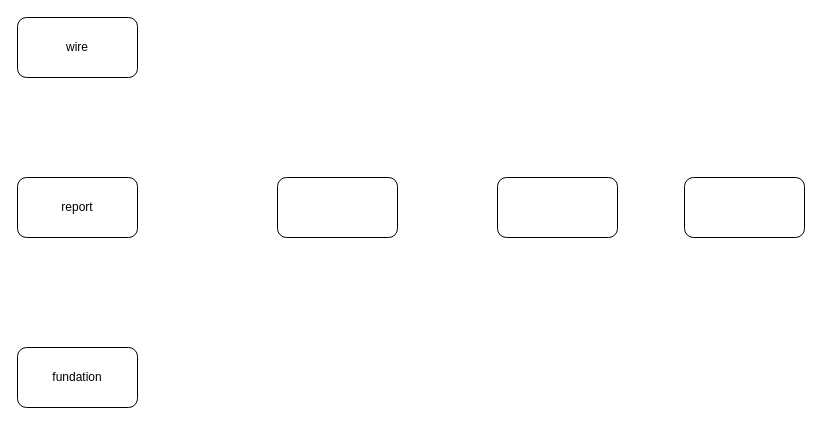
Above: cad.drawio in tonyleifang/tony (draw.io), before the change. Source tidied: cells renumbered, new cells numbered last; positions are measured from the earlier drawing's top-left corner, leaving out a move shared by most shapes. Both pictures are drawn from the tidied source at 100%, with x=0, y=0 at pixel (17, 17).
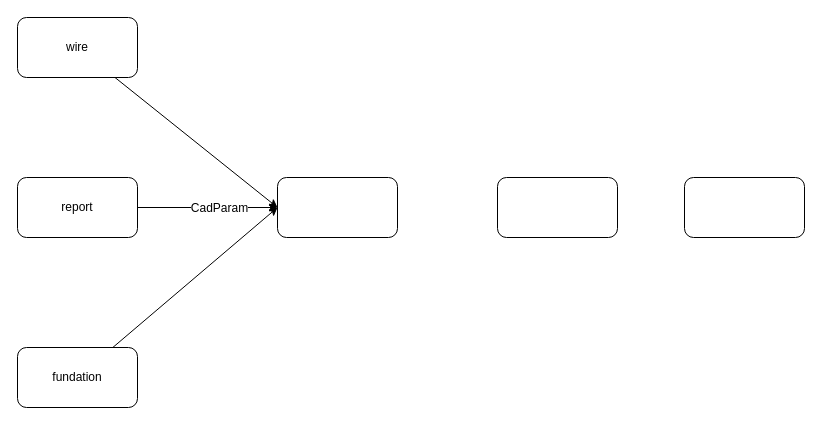
The same diagram, later.

Diff of the diagram source:
```diff
@@
 <mxGraphModel>
   <root>
     <mxCell id="0" />
     <mxCell id="1" parent="0" />
+    <mxCell id="8" style="rounded=0;jettySize=auto;html=1;entryX=0;entryY=0.5;entryDx=0;entryDy=0;" parent="1" edge="1" source="2" target="5">
+      <mxGeometry relative="1" as="geometry" />
+    </mxCell>
     <mxCell id="2" value="wire" style="rounded=1;whiteSpace=wrap;html=1;" parent="1" vertex="1">
       <mxGeometry width="120" height="60" as="geometry" />
     </mxCell>
+    <mxCell id="9" style="edgeStyle=none;rounded=0;jettySize=auto;html=1;entryX=0;entryY=0.5;entryDx=0;entryDy=0;" parent="1" edge="1" source="3" target="5">
+      <mxGeometry relative="1" as="geometry" />
+    </mxCell>
+    <mxCell id="10" value="CadParam" style="text;html=1;align=center;verticalAlign=middle;labelBackgroundColor=#ffffff;" parent="9" vertex="1">
+      <mxGeometry x="-0.59" y="-1" relative="1" as="geometry">
+        <mxPoint x="52" y="-1" as="offset" />
+      </mxGeometry>
+    </mxCell>
     <mxCell id="3" value="report&lt;br&gt;" style="rounded=1;whiteSpace=wrap;html=1;" parent="1" vertex="1">
       <mxGeometry y="160" width="120" height="60" as="geometry" />
     </mxCell>
+    <mxCell id="11" style="edgeStyle=none;rounded=0;jettySize=auto;html=1;entryX=0;entryY=0.5;entryDx=0;entryDy=0;" parent="1" edge="1" source="4" target="5">
+      <mxGeometry relative="1" as="geometry" />
+    </mxCell>
     <mxCell id="4" value="fundation" style="rounded=1;whiteSpace=wrap;html=1;" parent="1" vertex="1">
       <mxGeometry y="330" width="120" height="60" as="geometry" />
     </mxCell>
     <mxCell id="5" style="rounded=1;whiteSpace=wrap;html=1;" parent="1" vertex="1">
       <mxGeometry x="260" y="160" width="120" height="60" as="geometry" />
     </mxCell>
     <mxCell id="6" style="rounded=1;whiteSpace=wrap;html=1;" parent="1" vertex="1">
       <mxGeometry x="480" y="160" width="120" height="60" as="geometry" />
     </mxCell>
     <mxCell id="7" style="rounded=1;whiteSpace=wrap;html=1;" parent="1" vertex="1">
       <mxGeometry x="667" y="160" width="120" height="60" as="geometry" />
     </mxCell>
   </root>
 </mxGraphModel>
```
